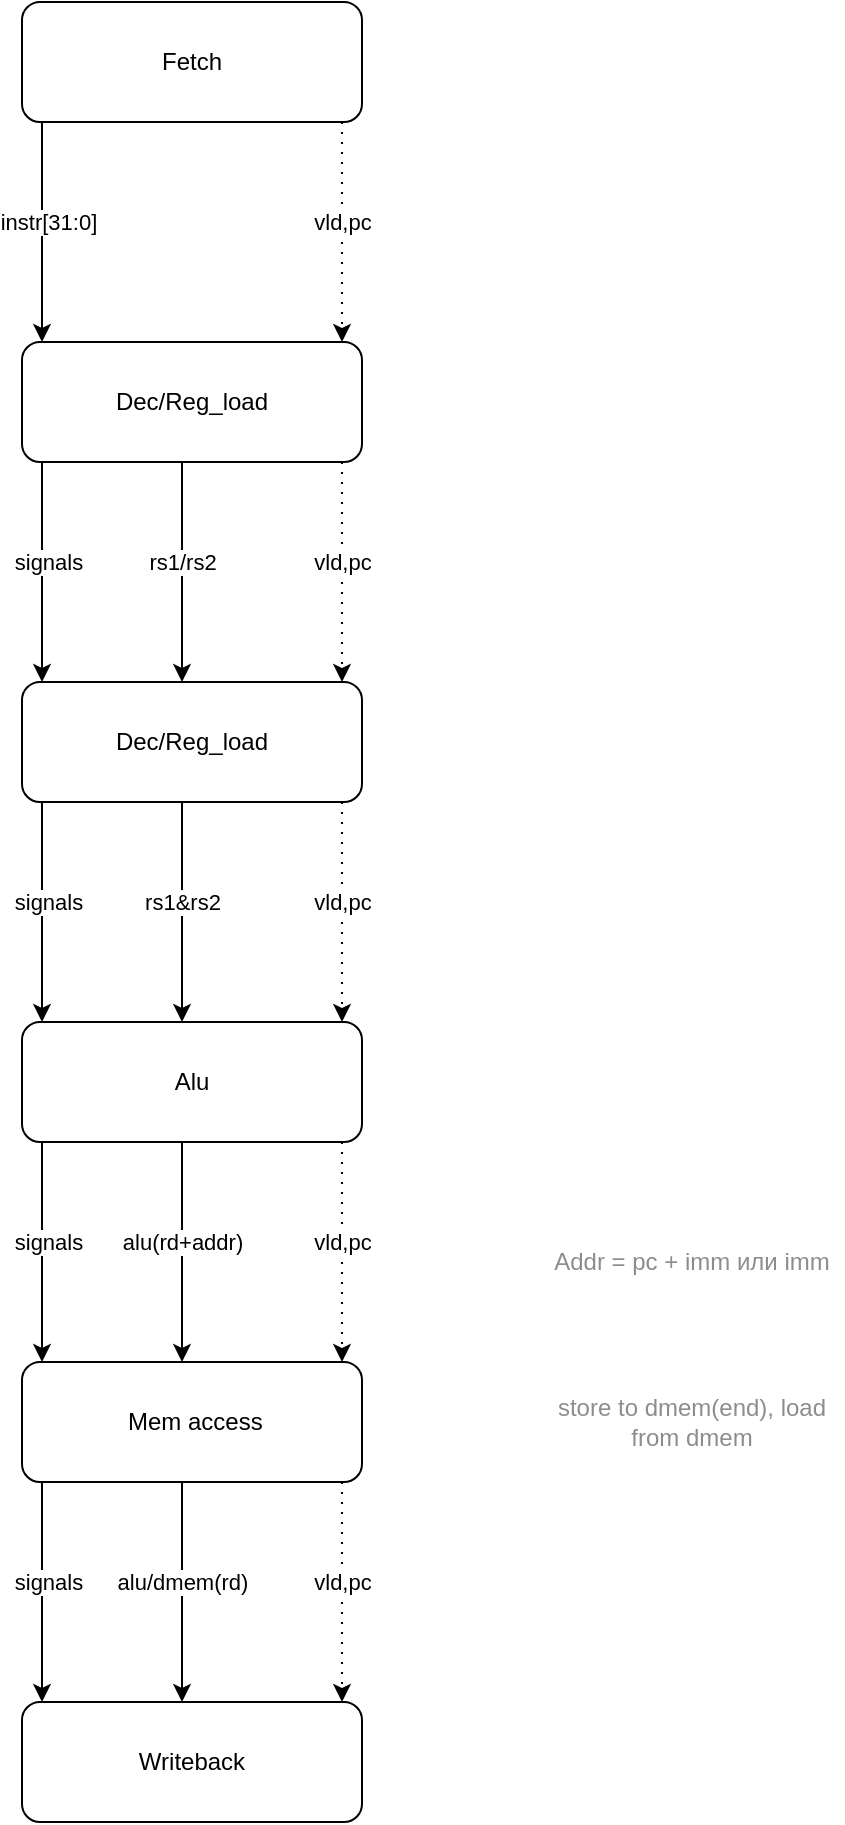
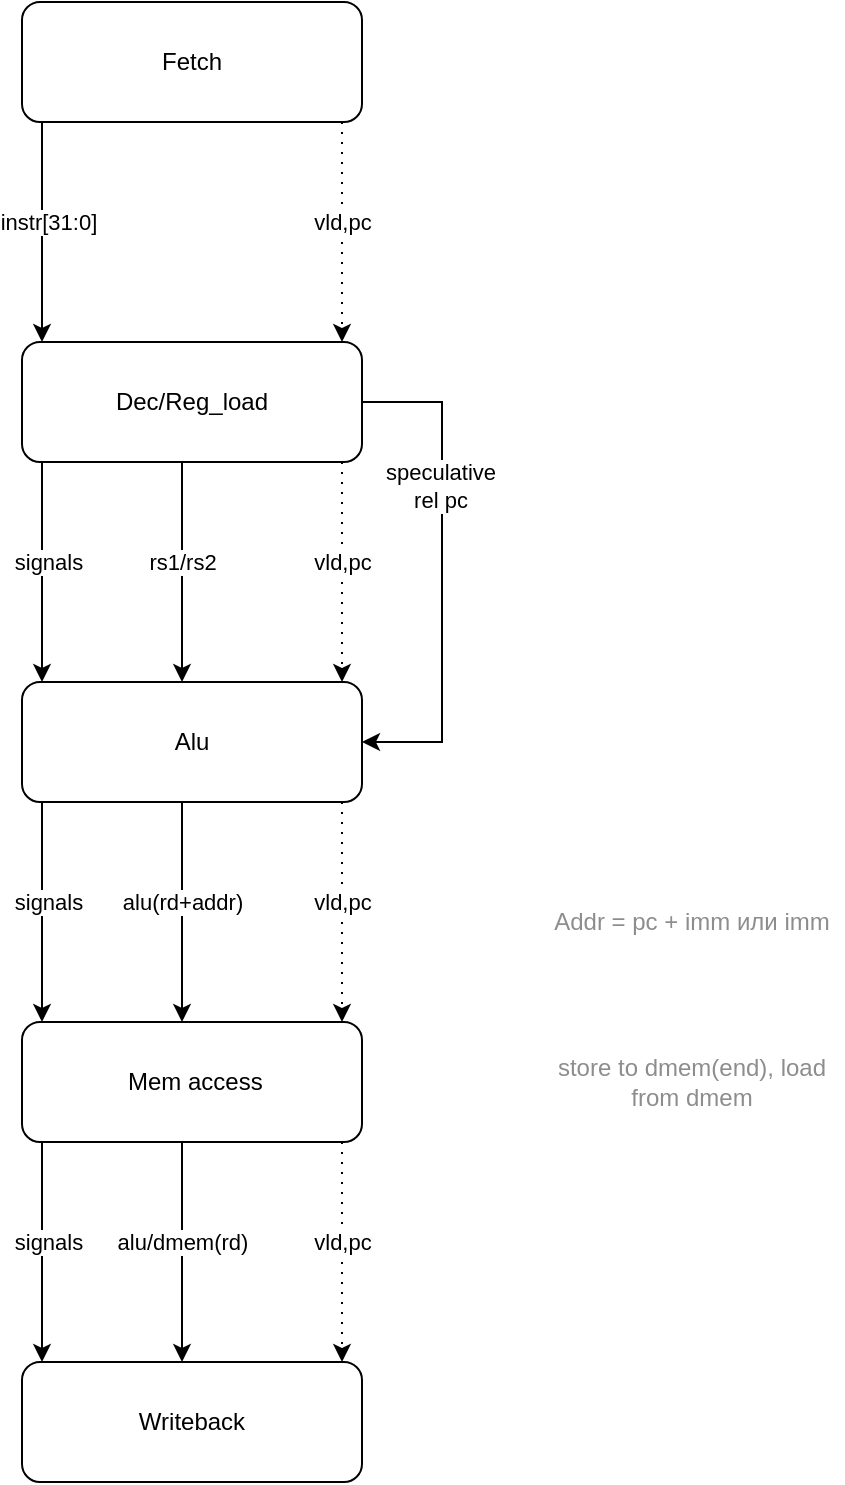
<mxfile host="Electron" agent="Mozilla/5.0 (X11; Linux x86_64) AppleWebKit/537.36 (KHTML, like Gecko) draw.io/29.0.3 Chrome/140.0.7339.249 Electron/38.7.0 Safari/537.36" version="29.0.3">
  <diagram name="sketch" id="HhZxinG_sVr8xS1VRIhr">
-     <mxGraphModel dx="719" dy="430" grid="1" gridSize="10" guides="1" tooltips="1" connect="1" arrows="1" fold="1" page="1" pageScale="1" pageWidth="850" pageHeight="1100" math="0" shadow="0">
+     <mxGraphModel dx="1042" dy="624" grid="1" gridSize="10" guides="1" tooltips="1" connect="1" arrows="1" fold="1" page="1" pageScale="1" pageWidth="850" pageHeight="1100" math="0" shadow="0">
      <root>
        <mxCell id="0" />
        <mxCell id="1" parent="0" />
-         <mxCell id="qeKwAY5Ui8U4NFKA-xOm-3" style="edgeStyle=orthogonalEdgeStyle;rounded=0;orthogonalLoop=1;jettySize=auto;html=1;entryX=0.5;entryY=0;entryDx=0;entryDy=0;" edge="1" parent="1">
+         <mxCell id="qeKwAY5Ui8U4NFKA-xOm-3" style="edgeStyle=orthogonalEdgeStyle;rounded=0;orthogonalLoop=1;jettySize=auto;html=1;entryX=0.5;entryY=0;entryDx=0;entryDy=0;" parent="1" edge="1">
          <mxGeometry relative="1" as="geometry">
            <mxPoint x="310" y="100" as="sourcePoint" />
            <mxPoint x="310" y="210" as="targetPoint" />
          </mxGeometry>
        </mxCell>
-         <mxCell id="qeKwAY5Ui8U4NFKA-xOm-4" value="instr[31:0]" style="edgeLabel;html=1;align=center;verticalAlign=middle;resizable=0;points=[];" vertex="1" connectable="0" parent="qeKwAY5Ui8U4NFKA-xOm-3">
+         <mxCell id="qeKwAY5Ui8U4NFKA-xOm-4" value="instr[31:0]" style="edgeLabel;html=1;align=center;verticalAlign=middle;resizable=0;points=[];" parent="qeKwAY5Ui8U4NFKA-xOm-3" vertex="1" connectable="0">
          <mxGeometry x="-0.1455" y="3" relative="1" as="geometry">
            <mxPoint y="3" as="offset" />
          </mxGeometry>
        </mxCell>
-         <mxCell id="qeKwAY5Ui8U4NFKA-xOm-5" style="edgeStyle=orthogonalEdgeStyle;rounded=0;orthogonalLoop=1;jettySize=auto;html=1;dashed=1;dashPattern=1 4;" edge="1" parent="1">
+         <mxCell id="qeKwAY5Ui8U4NFKA-xOm-5" style="edgeStyle=orthogonalEdgeStyle;rounded=0;orthogonalLoop=1;jettySize=auto;html=1;dashed=1;dashPattern=1 4;" parent="1" edge="1">
          <mxGeometry relative="1" as="geometry">
            <mxPoint x="460" y="100" as="sourcePoint" />
            <mxPoint x="460" y="210" as="targetPoint" />
          </mxGeometry>
        </mxCell>
-         <mxCell id="qeKwAY5Ui8U4NFKA-xOm-6" value="vld,pc" style="edgeLabel;html=1;align=center;verticalAlign=middle;resizable=0;points=[];" vertex="1" connectable="0" parent="qeKwAY5Ui8U4NFKA-xOm-5">
+         <mxCell id="qeKwAY5Ui8U4NFKA-xOm-6" value="vld,pc" style="edgeLabel;html=1;align=center;verticalAlign=middle;resizable=0;points=[];" parent="qeKwAY5Ui8U4NFKA-xOm-5" vertex="1" connectable="0">
          <mxGeometry x="-0.3442" relative="1" as="geometry">
            <mxPoint y="14" as="offset" />
          </mxGeometry>
        </mxCell>
-         <mxCell id="qeKwAY5Ui8U4NFKA-xOm-1" value="Fetch" style="rounded=1;whiteSpace=wrap;html=1;" vertex="1" parent="1">
+         <mxCell id="qeKwAY5Ui8U4NFKA-xOm-1" value="Fetch" style="rounded=1;whiteSpace=wrap;html=1;" parent="1" vertex="1">
          <mxGeometry x="300" y="40" width="170" height="60" as="geometry" />
        </mxCell>
-         <mxCell id="qeKwAY5Ui8U4NFKA-xOm-12" style="edgeStyle=orthogonalEdgeStyle;rounded=0;orthogonalLoop=1;jettySize=auto;html=1;" edge="1" parent="1">
+         <mxCell id="qeKwAY5Ui8U4NFKA-xOm-12" style="edgeStyle=orthogonalEdgeStyle;rounded=0;orthogonalLoop=1;jettySize=auto;html=1;" parent="1" edge="1">
          <mxGeometry relative="1" as="geometry">
            <mxPoint x="380" y="270" as="sourcePoint" />
            <mxPoint x="380" y="380" as="targetPoint" />
          </mxGeometry>
        </mxCell>
-         <mxCell id="qeKwAY5Ui8U4NFKA-xOm-13" value="rs1/rs2" style="edgeLabel;html=1;align=center;verticalAlign=middle;resizable=0;points=[];" vertex="1" connectable="0" parent="qeKwAY5Ui8U4NFKA-xOm-12">
+         <mxCell id="qeKwAY5Ui8U4NFKA-xOm-13" value="rs1/rs2" style="edgeLabel;html=1;align=center;verticalAlign=middle;resizable=0;points=[];" parent="qeKwAY5Ui8U4NFKA-xOm-12" vertex="1" connectable="0">
          <mxGeometry x="-0.2025" y="2" relative="1" as="geometry">
            <mxPoint x="-2" y="6" as="offset" />
          </mxGeometry>
        </mxCell>
-         <mxCell id="qeKwAY5Ui8U4NFKA-xOm-2" value="Dec/Reg_load" style="rounded=1;whiteSpace=wrap;html=1;" vertex="1" parent="1">
+         <mxCell id="BlU5nfNgoScFQ9nfuLxn-2" style="edgeStyle=orthogonalEdgeStyle;rounded=0;orthogonalLoop=1;jettySize=auto;html=1;entryX=1;entryY=0.5;entryDx=0;entryDy=0;" edge="1" parent="1" source="qeKwAY5Ui8U4NFKA-xOm-2" target="qeKwAY5Ui8U4NFKA-xOm-21">
+           <mxGeometry relative="1" as="geometry">
+             <Array as="points">
+               <mxPoint x="510" y="240" />
+               <mxPoint x="510" y="410" />
+             </Array>
+           </mxGeometry>
+         </mxCell>
+         <mxCell id="BlU5nfNgoScFQ9nfuLxn-3" value="speculative&lt;div&gt;rel pc&lt;/div&gt;" style="edgeLabel;html=1;align=center;verticalAlign=middle;resizable=0;points=[];" vertex="1" connectable="0" parent="BlU5nfNgoScFQ9nfuLxn-2">
+           <mxGeometry x="-0.3429" y="-1" relative="1" as="geometry">
+             <mxPoint as="offset" />
+           </mxGeometry>
+         </mxCell>
+         <mxCell id="qeKwAY5Ui8U4NFKA-xOm-2" value="Dec/Reg_load" style="rounded=1;whiteSpace=wrap;html=1;" parent="1" vertex="1">
          <mxGeometry x="300" y="210" width="170" height="60" as="geometry" />
        </mxCell>
-         <mxCell id="qeKwAY5Ui8U4NFKA-xOm-7" style="edgeStyle=orthogonalEdgeStyle;rounded=0;orthogonalLoop=1;jettySize=auto;html=1;entryX=0.5;entryY=0;entryDx=0;entryDy=0;" edge="1" parent="1">
+         <mxCell id="qeKwAY5Ui8U4NFKA-xOm-7" style="edgeStyle=orthogonalEdgeStyle;rounded=0;orthogonalLoop=1;jettySize=auto;html=1;entryX=0.5;entryY=0;entryDx=0;entryDy=0;" parent="1" edge="1">
          <mxGeometry relative="1" as="geometry">
            <mxPoint x="310" y="270" as="sourcePoint" />
            <mxPoint x="310" y="380" as="targetPoint" />
          </mxGeometry>
        </mxCell>
-         <mxCell id="qeKwAY5Ui8U4NFKA-xOm-8" value="signals" style="edgeLabel;html=1;align=center;verticalAlign=middle;resizable=0;points=[];" vertex="1" connectable="0" parent="qeKwAY5Ui8U4NFKA-xOm-7">
+         <mxCell id="qeKwAY5Ui8U4NFKA-xOm-8" value="signals" style="edgeLabel;html=1;align=center;verticalAlign=middle;resizable=0;points=[];" parent="qeKwAY5Ui8U4NFKA-xOm-7" vertex="1" connectable="0">
          <mxGeometry x="-0.1455" y="3" relative="1" as="geometry">
            <mxPoint y="3" as="offset" />
          </mxGeometry>
        </mxCell>
-         <mxCell id="qeKwAY5Ui8U4NFKA-xOm-9" style="edgeStyle=orthogonalEdgeStyle;rounded=0;orthogonalLoop=1;jettySize=auto;html=1;dashed=1;dashPattern=1 4;" edge="1" parent="1">
+         <mxCell id="qeKwAY5Ui8U4NFKA-xOm-9" style="edgeStyle=orthogonalEdgeStyle;rounded=0;orthogonalLoop=1;jettySize=auto;html=1;dashed=1;dashPattern=1 4;" parent="1" edge="1">
          <mxGeometry relative="1" as="geometry">
            <mxPoint x="460" y="270" as="sourcePoint" />
            <mxPoint x="460" y="380" as="targetPoint" />
          </mxGeometry>
        </mxCell>
-         <mxCell id="qeKwAY5Ui8U4NFKA-xOm-10" value="vld,pc" style="edgeLabel;html=1;align=center;verticalAlign=middle;resizable=0;points=[];" vertex="1" connectable="0" parent="qeKwAY5Ui8U4NFKA-xOm-9">
+         <mxCell id="qeKwAY5Ui8U4NFKA-xOm-10" value="vld,pc" style="edgeLabel;html=1;align=center;verticalAlign=middle;resizable=0;points=[];" parent="qeKwAY5Ui8U4NFKA-xOm-9" vertex="1" connectable="0">
          <mxGeometry x="-0.3442" relative="1" as="geometry">
            <mxPoint y="14" as="offset" />
          </mxGeometry>
        </mxCell>
-         <mxCell id="qeKwAY5Ui8U4NFKA-xOm-11" value="Dec/Reg_load" style="rounded=1;whiteSpace=wrap;html=1;" vertex="1" parent="1">
+         <mxCell id="qeKwAY5Ui8U4NFKA-xOm-21" value="Alu" style="rounded=1;whiteSpace=wrap;html=1;" parent="1" vertex="1">
          <mxGeometry x="300" y="380" width="170" height="60" as="geometry" />
        </mxCell>
-         <mxCell id="qeKwAY5Ui8U4NFKA-xOm-15" style="edgeStyle=orthogonalEdgeStyle;rounded=0;orthogonalLoop=1;jettySize=auto;html=1;" edge="1" parent="1">
+         <mxCell id="qeKwAY5Ui8U4NFKA-xOm-23" style="edgeStyle=orthogonalEdgeStyle;rounded=0;orthogonalLoop=1;jettySize=auto;html=1;" parent="1" edge="1">
          <mxGeometry relative="1" as="geometry">
-             <mxPoint x="380" y="440" as="sourcePoint" />
-             <mxPoint x="380" y="550" as="targetPoint" />
+             <mxPoint x="380.00000000000006" y="440" as="sourcePoint" />
+             <mxPoint x="380.00000000000006" y="550" as="targetPoint" />
          </mxGeometry>
        </mxCell>
-         <mxCell id="qeKwAY5Ui8U4NFKA-xOm-16" value="rs1&amp;amp;rs2" style="edgeLabel;html=1;align=center;verticalAlign=middle;resizable=0;points=[];" vertex="1" connectable="0" parent="qeKwAY5Ui8U4NFKA-xOm-15">
+         <mxCell id="qeKwAY5Ui8U4NFKA-xOm-24" value="alu(rd+addr)" style="edgeLabel;html=1;align=center;verticalAlign=middle;resizable=0;points=[];" parent="qeKwAY5Ui8U4NFKA-xOm-23" vertex="1" connectable="0">
          <mxGeometry x="-0.2025" y="2" relative="1" as="geometry">
            <mxPoint x="-2" y="6" as="offset" />
          </mxGeometry>
        </mxCell>
-         <mxCell id="qeKwAY5Ui8U4NFKA-xOm-17" style="edgeStyle=orthogonalEdgeStyle;rounded=0;orthogonalLoop=1;jettySize=auto;html=1;entryX=0.5;entryY=0;entryDx=0;entryDy=0;" edge="1" parent="1">
+         <mxCell id="qeKwAY5Ui8U4NFKA-xOm-25" style="edgeStyle=orthogonalEdgeStyle;rounded=0;orthogonalLoop=1;jettySize=auto;html=1;entryX=0.5;entryY=0;entryDx=0;entryDy=0;" parent="1" edge="1">
          <mxGeometry relative="1" as="geometry">
            <mxPoint x="310" y="440" as="sourcePoint" />
            <mxPoint x="310" y="550" as="targetPoint" />
          </mxGeometry>
        </mxCell>
-         <mxCell id="qeKwAY5Ui8U4NFKA-xOm-18" value="signals" style="edgeLabel;html=1;align=center;verticalAlign=middle;resizable=0;points=[];" vertex="1" connectable="0" parent="qeKwAY5Ui8U4NFKA-xOm-17">
+         <mxCell id="qeKwAY5Ui8U4NFKA-xOm-26" value="signals" style="edgeLabel;html=1;align=center;verticalAlign=middle;resizable=0;points=[];" parent="qeKwAY5Ui8U4NFKA-xOm-25" vertex="1" connectable="0">
          <mxGeometry x="-0.1455" y="3" relative="1" as="geometry">
            <mxPoint y="3" as="offset" />
          </mxGeometry>
        </mxCell>
-         <mxCell id="qeKwAY5Ui8U4NFKA-xOm-19" style="edgeStyle=orthogonalEdgeStyle;rounded=0;orthogonalLoop=1;jettySize=auto;html=1;dashed=1;dashPattern=1 4;" edge="1" parent="1">
+         <mxCell id="qeKwAY5Ui8U4NFKA-xOm-27" style="edgeStyle=orthogonalEdgeStyle;rounded=0;orthogonalLoop=1;jettySize=auto;html=1;dashed=1;dashPattern=1 4;" parent="1" edge="1">
          <mxGeometry relative="1" as="geometry">
            <mxPoint x="460" y="440" as="sourcePoint" />
            <mxPoint x="460" y="550" as="targetPoint" />
          </mxGeometry>
        </mxCell>
-         <mxCell id="qeKwAY5Ui8U4NFKA-xOm-20" value="vld,pc" style="edgeLabel;html=1;align=center;verticalAlign=middle;resizable=0;points=[];" vertex="1" connectable="0" parent="qeKwAY5Ui8U4NFKA-xOm-19">
+         <mxCell id="qeKwAY5Ui8U4NFKA-xOm-28" value="vld,pc" style="edgeLabel;html=1;align=center;verticalAlign=middle;resizable=0;points=[];" parent="qeKwAY5Ui8U4NFKA-xOm-27" vertex="1" connectable="0">
          <mxGeometry x="-0.3442" relative="1" as="geometry">
            <mxPoint y="14" as="offset" />
          </mxGeometry>
        </mxCell>
-         <mxCell id="qeKwAY5Ui8U4NFKA-xOm-21" value="Alu" style="rounded=1;whiteSpace=wrap;html=1;" vertex="1" parent="1">
+         <mxCell id="qeKwAY5Ui8U4NFKA-xOm-29" value="&amp;nbsp;Mem access" style="rounded=1;whiteSpace=wrap;html=1;" parent="1" vertex="1">
          <mxGeometry x="300" y="550" width="170" height="60" as="geometry" />
        </mxCell>
-         <mxCell id="qeKwAY5Ui8U4NFKA-xOm-23" style="edgeStyle=orthogonalEdgeStyle;rounded=0;orthogonalLoop=1;jettySize=auto;html=1;" edge="1" parent="1">
+         <mxCell id="qeKwAY5Ui8U4NFKA-xOm-33" value="Addr = pc + imm или imm" style="text;html=1;whiteSpace=wrap;strokeColor=none;fillColor=none;align=center;verticalAlign=middle;rounded=0;fontColor=#8D8D8D;" parent="1" vertex="1">
+           <mxGeometry x="560" y="490" width="150" height="20" as="geometry" />
+         </mxCell>
+         <mxCell id="qeKwAY5Ui8U4NFKA-xOm-35" value="store to dmem(end), load from dmem" style="text;html=1;whiteSpace=wrap;strokeColor=none;fillColor=none;align=center;verticalAlign=middle;rounded=0;fontColor=#8D8D8D;" parent="1" vertex="1">
+           <mxGeometry x="560" y="570" width="150" height="20" as="geometry" />
+         </mxCell>
+         <mxCell id="qeKwAY5Ui8U4NFKA-xOm-36" style="edgeStyle=orthogonalEdgeStyle;rounded=0;orthogonalLoop=1;jettySize=auto;html=1;" parent="1" edge="1">
          <mxGeometry relative="1" as="geometry">
            <mxPoint x="380.00000000000006" y="610" as="sourcePoint" />
            <mxPoint x="380.00000000000006" y="720" as="targetPoint" />
          </mxGeometry>
        </mxCell>
-         <mxCell id="qeKwAY5Ui8U4NFKA-xOm-24" value="alu(rd+addr)" style="edgeLabel;html=1;align=center;verticalAlign=middle;resizable=0;points=[];" vertex="1" connectable="0" parent="qeKwAY5Ui8U4NFKA-xOm-23">
+         <mxCell id="qeKwAY5Ui8U4NFKA-xOm-37" value="alu/dmem(rd)" style="edgeLabel;html=1;align=center;verticalAlign=middle;resizable=0;points=[];" parent="qeKwAY5Ui8U4NFKA-xOm-36" vertex="1" connectable="0">
          <mxGeometry x="-0.2025" y="2" relative="1" as="geometry">
            <mxPoint x="-2" y="6" as="offset" />
          </mxGeometry>
        </mxCell>
-         <mxCell id="qeKwAY5Ui8U4NFKA-xOm-25" style="edgeStyle=orthogonalEdgeStyle;rounded=0;orthogonalLoop=1;jettySize=auto;html=1;entryX=0.5;entryY=0;entryDx=0;entryDy=0;" edge="1" parent="1">
+         <mxCell id="qeKwAY5Ui8U4NFKA-xOm-38" style="edgeStyle=orthogonalEdgeStyle;rounded=0;orthogonalLoop=1;jettySize=auto;html=1;entryX=0.5;entryY=0;entryDx=0;entryDy=0;" parent="1" edge="1">
          <mxGeometry relative="1" as="geometry">
            <mxPoint x="310" y="610" as="sourcePoint" />
            <mxPoint x="310" y="720" as="targetPoint" />
          </mxGeometry>
        </mxCell>
-         <mxCell id="qeKwAY5Ui8U4NFKA-xOm-26" value="signals" style="edgeLabel;html=1;align=center;verticalAlign=middle;resizable=0;points=[];" vertex="1" connectable="0" parent="qeKwAY5Ui8U4NFKA-xOm-25">
+         <mxCell id="qeKwAY5Ui8U4NFKA-xOm-39" value="signals" style="edgeLabel;html=1;align=center;verticalAlign=middle;resizable=0;points=[];" parent="qeKwAY5Ui8U4NFKA-xOm-38" vertex="1" connectable="0">
          <mxGeometry x="-0.1455" y="3" relative="1" as="geometry">
            <mxPoint y="3" as="offset" />
          </mxGeometry>
        </mxCell>
-         <mxCell id="qeKwAY5Ui8U4NFKA-xOm-27" style="edgeStyle=orthogonalEdgeStyle;rounded=0;orthogonalLoop=1;jettySize=auto;html=1;dashed=1;dashPattern=1 4;" edge="1" parent="1">
+         <mxCell id="qeKwAY5Ui8U4NFKA-xOm-40" style="edgeStyle=orthogonalEdgeStyle;rounded=0;orthogonalLoop=1;jettySize=auto;html=1;dashed=1;dashPattern=1 4;" parent="1" edge="1">
          <mxGeometry relative="1" as="geometry">
            <mxPoint x="460" y="610" as="sourcePoint" />
            <mxPoint x="460" y="720" as="targetPoint" />
          </mxGeometry>
        </mxCell>
-         <mxCell id="qeKwAY5Ui8U4NFKA-xOm-28" value="vld,pc" style="edgeLabel;html=1;align=center;verticalAlign=middle;resizable=0;points=[];" vertex="1" connectable="0" parent="qeKwAY5Ui8U4NFKA-xOm-27">
+         <mxCell id="qeKwAY5Ui8U4NFKA-xOm-41" value="vld,pc" style="edgeLabel;html=1;align=center;verticalAlign=middle;resizable=0;points=[];" parent="qeKwAY5Ui8U4NFKA-xOm-40" vertex="1" connectable="0">
          <mxGeometry x="-0.3442" relative="1" as="geometry">
            <mxPoint y="14" as="offset" />
          </mxGeometry>
        </mxCell>
-         <mxCell id="qeKwAY5Ui8U4NFKA-xOm-29" value="&amp;nbsp;Mem access" style="rounded=1;whiteSpace=wrap;html=1;" vertex="1" parent="1">
+         <mxCell id="qeKwAY5Ui8U4NFKA-xOm-42" value="Writeback" style="rounded=1;whiteSpace=wrap;html=1;" parent="1" vertex="1">
          <mxGeometry x="300" y="720" width="170" height="60" as="geometry" />
-         </mxCell>
-         <mxCell id="qeKwAY5Ui8U4NFKA-xOm-33" value="Addr = pc + imm или imm" style="text;html=1;whiteSpace=wrap;strokeColor=none;fillColor=none;align=center;verticalAlign=middle;rounded=0;fontColor=#8D8D8D;" vertex="1" parent="1">
-           <mxGeometry x="560" y="660" width="150" height="20" as="geometry" />
-         </mxCell>
-         <mxCell id="qeKwAY5Ui8U4NFKA-xOm-35" value="store to dmem(end), load from dmem" style="text;html=1;whiteSpace=wrap;strokeColor=none;fillColor=none;align=center;verticalAlign=middle;rounded=0;fontColor=#8D8D8D;" vertex="1" parent="1">
-           <mxGeometry x="560" y="740" width="150" height="20" as="geometry" />
-         </mxCell>
-         <mxCell id="qeKwAY5Ui8U4NFKA-xOm-36" style="edgeStyle=orthogonalEdgeStyle;rounded=0;orthogonalLoop=1;jettySize=auto;html=1;" edge="1" parent="1">
-           <mxGeometry relative="1" as="geometry">
-             <mxPoint x="380.00000000000006" y="780" as="sourcePoint" />
-             <mxPoint x="380.00000000000006" y="890" as="targetPoint" />
-           </mxGeometry>
-         </mxCell>
-         <mxCell id="qeKwAY5Ui8U4NFKA-xOm-37" value="alu/dmem(rd)" style="edgeLabel;html=1;align=center;verticalAlign=middle;resizable=0;points=[];" vertex="1" connectable="0" parent="qeKwAY5Ui8U4NFKA-xOm-36">
-           <mxGeometry x="-0.2025" y="2" relative="1" as="geometry">
-             <mxPoint x="-2" y="6" as="offset" />
-           </mxGeometry>
-         </mxCell>
-         <mxCell id="qeKwAY5Ui8U4NFKA-xOm-38" style="edgeStyle=orthogonalEdgeStyle;rounded=0;orthogonalLoop=1;jettySize=auto;html=1;entryX=0.5;entryY=0;entryDx=0;entryDy=0;" edge="1" parent="1">
-           <mxGeometry relative="1" as="geometry">
-             <mxPoint x="310" y="780" as="sourcePoint" />
-             <mxPoint x="310" y="890" as="targetPoint" />
-           </mxGeometry>
-         </mxCell>
-         <mxCell id="qeKwAY5Ui8U4NFKA-xOm-39" value="signals" style="edgeLabel;html=1;align=center;verticalAlign=middle;resizable=0;points=[];" vertex="1" connectable="0" parent="qeKwAY5Ui8U4NFKA-xOm-38">
-           <mxGeometry x="-0.1455" y="3" relative="1" as="geometry">
-             <mxPoint y="3" as="offset" />
-           </mxGeometry>
-         </mxCell>
-         <mxCell id="qeKwAY5Ui8U4NFKA-xOm-40" style="edgeStyle=orthogonalEdgeStyle;rounded=0;orthogonalLoop=1;jettySize=auto;html=1;dashed=1;dashPattern=1 4;" edge="1" parent="1">
-           <mxGeometry relative="1" as="geometry">
-             <mxPoint x="460" y="780" as="sourcePoint" />
-             <mxPoint x="460" y="890" as="targetPoint" />
-           </mxGeometry>
-         </mxCell>
-         <mxCell id="qeKwAY5Ui8U4NFKA-xOm-41" value="vld,pc" style="edgeLabel;html=1;align=center;verticalAlign=middle;resizable=0;points=[];" vertex="1" connectable="0" parent="qeKwAY5Ui8U4NFKA-xOm-40">
-           <mxGeometry x="-0.3442" relative="1" as="geometry">
-             <mxPoint y="14" as="offset" />
-           </mxGeometry>
-         </mxCell>
-         <mxCell id="qeKwAY5Ui8U4NFKA-xOm-42" value="Writeback" style="rounded=1;whiteSpace=wrap;html=1;" vertex="1" parent="1">
-           <mxGeometry x="300" y="890" width="170" height="60" as="geometry" />
        </mxCell>
      </root>
    </mxGraphModel>
  </diagram>
</mxfile>
